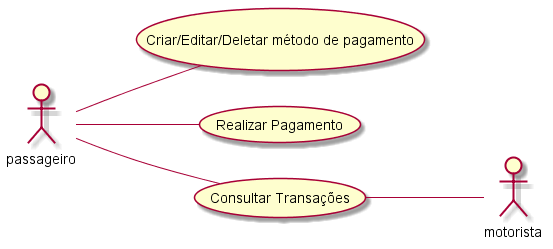
The PlantUML diagram images/work-products/requirements/use-cases/src/entity-payment/Entidade Usuário.png in maruanoliveiraunb/es-2019, before a commit.
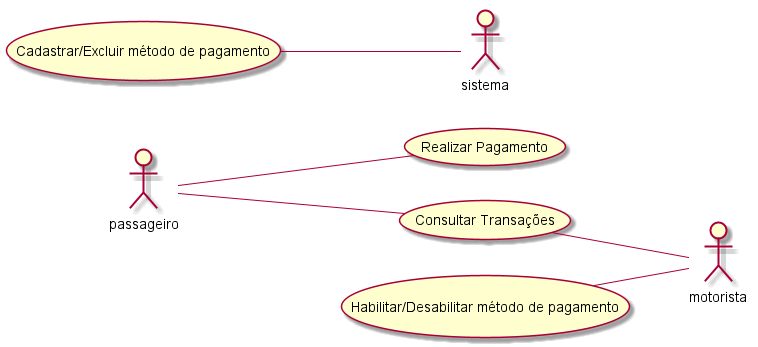
After the change.

The edit, as a diff of the source:
```diff
@@ -3,9 +3,11 @@
 actor motorista
 actor passageiro
 
-passageiro -- (Criar/Editar/Deletar método de pagamento)
+(Cadastrar/Excluir método de pagamento) -- sistema
+
 passageiro -- (Realizar Pagamento)
 passageiro -- (Consultar Transações)
 
+(Habilitar/Desabilitar método de pagamento) -- motorista
 (Consultar Transações) -- motorista
 @enduml
```
